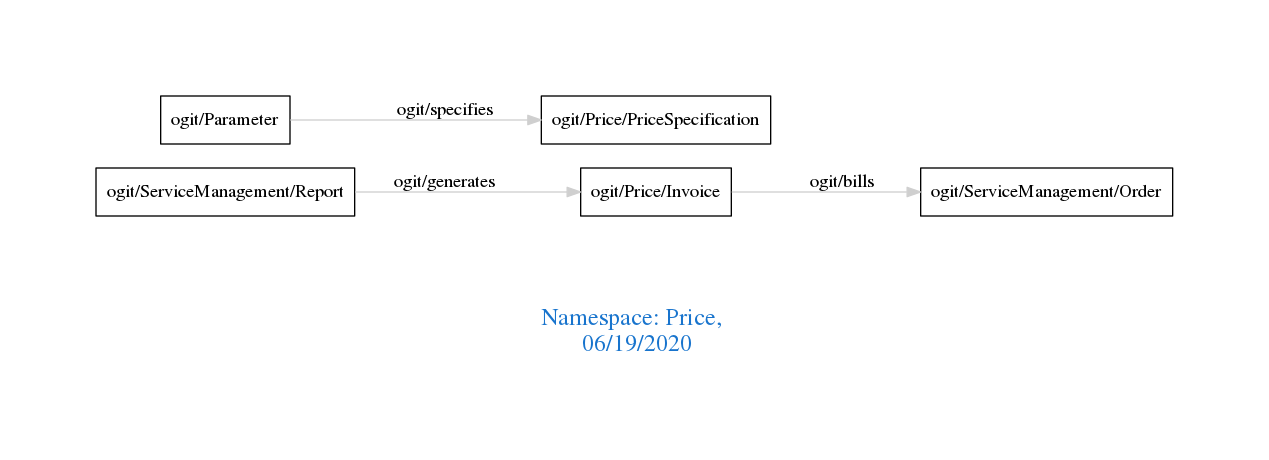
Earlier version of the Graphviz export downloads/Price.png (arago/OGIT). Its source is kept beside it as downloads/Price.dot.
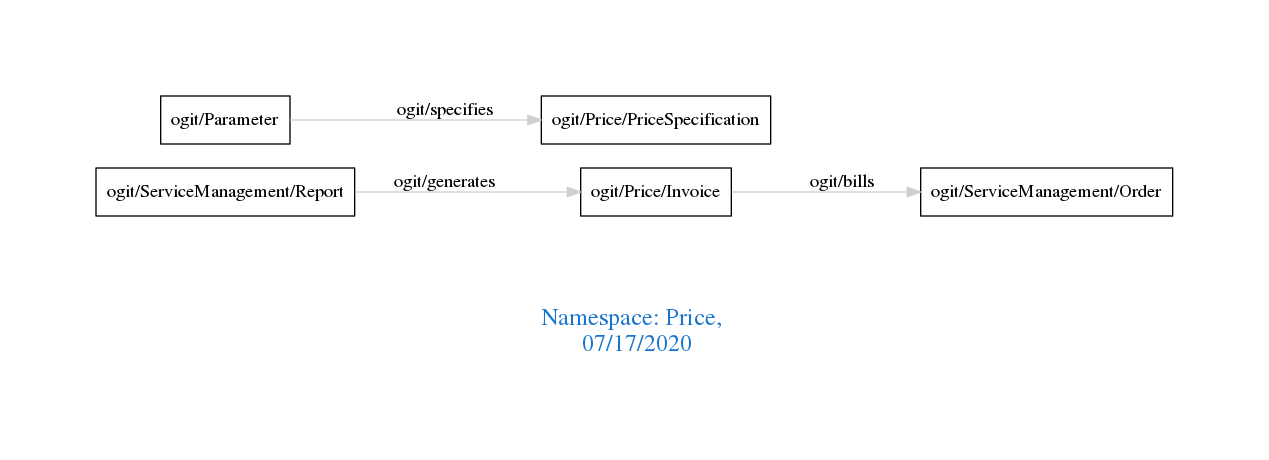
Above is the later version.

Change to the diagram source:
```diff
@@ -1,7 +1,7 @@
 digraph OGIT_ontology {
  graph [ rankdir= LR,pad=1
 fontsize = 18,
-fontcolor= dodgerblue3,label = "\n\n\nNamespace: Price, \n 06/19/2020"];
+fontcolor= dodgerblue3,label = "\n\n\nNamespace: Price, \n 07/17/2020"];
 node[shape=polygon];
 edge [  color="gray81"];
 
```
